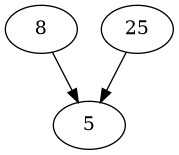
The Graphviz diagram bin/graphe.png in DragSoul/cGraph, before a commit. Its source is kept beside it as bin/graphe.dot. Its diagram source:
```dot
digraph family
{
8[label="8"]
25[label="25"]
8->5
25->5
}
```
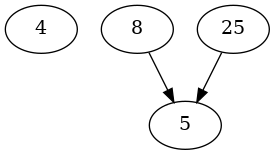
The same file after the commit.

Diff of the diagram source:
```diff
@@ -1,5 +1,6 @@
 digraph family
 {
+4[label="4"]
 8[label="8"]
 25[label="25"]
 8->5
```
